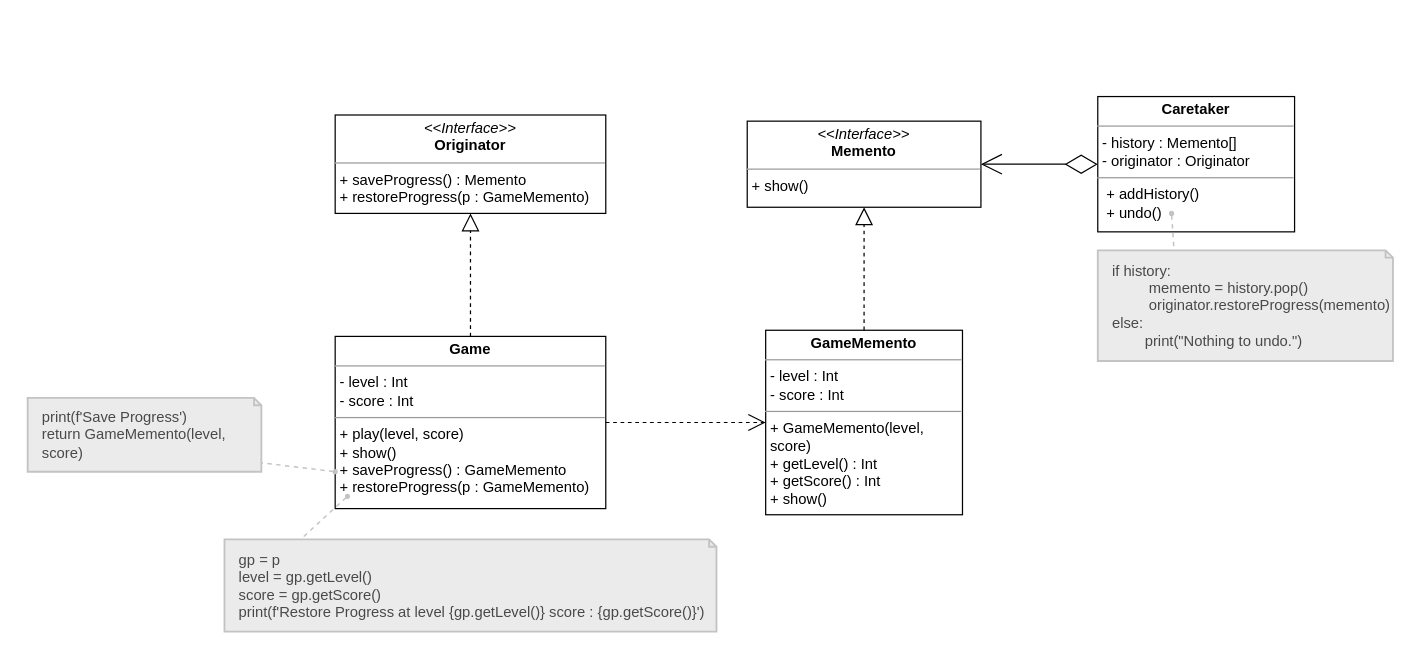
Above: Project/behavioral/Memento/Memento.drawio in pang1217/Pattern-and-Software-Design (draw.io), before the change. Source tidied: cells renumbered, new cells numbered last; positions are measured from the earlier drawing's top-left corner, leaving out a move shared by most shapes. Both pictures are drawn from the tidied source at 123%, with x=0, y=0 at pixel (27, 96).
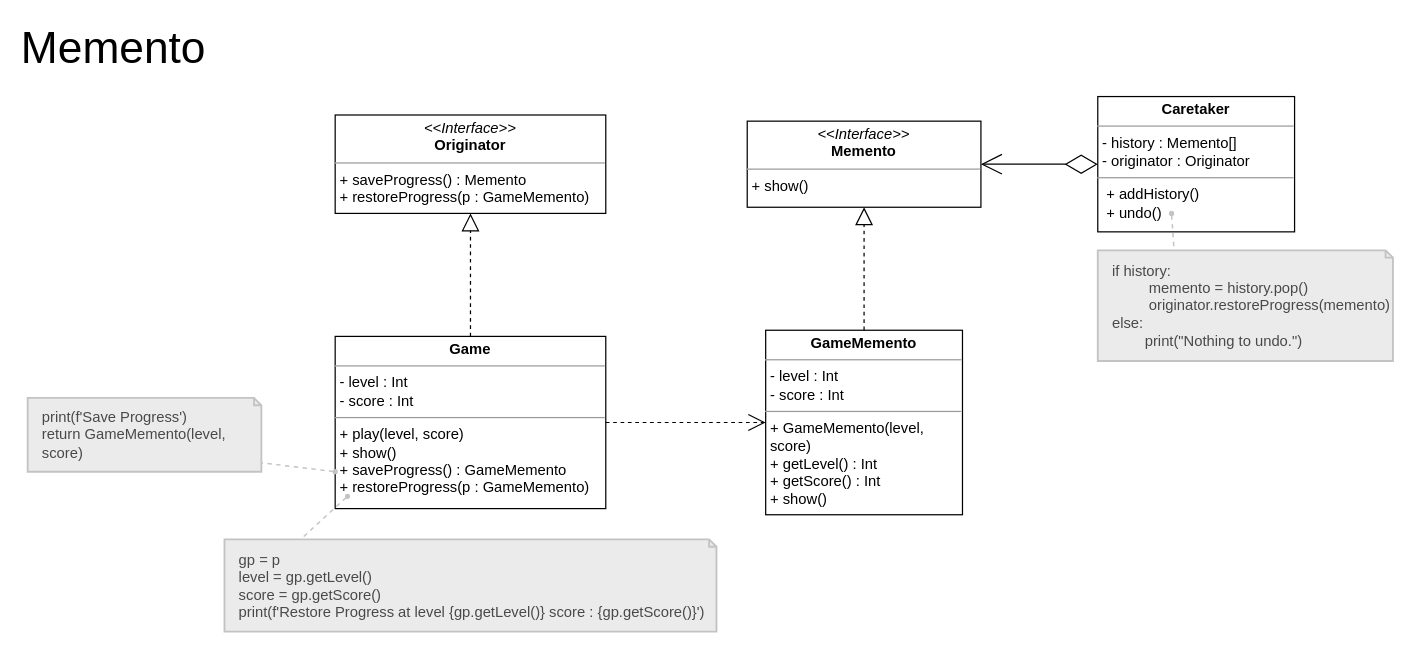
The same page after the edit.

Diff of the diagram source:
```diff
@@
 <mxGraphModel>
   <root>
     <mxCell id="0" />
     <mxCell id="1" parent="0" />
     <mxCell id="2" value="&lt;p style=&quot;margin:0px;margin-top:4px;text-align:center;&quot;&gt;&lt;i&gt;&amp;lt;&amp;lt;Interface&amp;gt;&amp;gt;&lt;/i&gt;&lt;br&gt;&lt;b&gt;Originator&lt;/b&gt;&lt;/p&gt;&lt;hr size=&quot;1&quot;&gt;&lt;p style=&quot;margin:0px;margin-left:4px;&quot;&gt;+ saveProgress() : Memento&lt;/p&gt;&lt;p style=&quot;margin:0px;margin-left:4px;&quot;&gt;+ restoreProgress(p : GameMemento)&amp;nbsp;&lt;br&gt;&lt;/p&gt;" style="verticalAlign=top;align=left;overflow=fill;fontSize=12;fontFamily=Helvetica;html=1;whiteSpace=wrap;" parent="1" vertex="1">
       <mxGeometry x="250" y="15" width="220" height="80" as="geometry" />
     </mxCell>
     <mxCell id="3" value="&lt;p style=&quot;margin:0px;margin-top:4px;text-align:center;&quot;&gt;&lt;b&gt;Game&lt;/b&gt;&lt;/p&gt;&lt;hr size=&quot;1&quot;&gt;&lt;p style=&quot;margin:0px;margin-left:4px;&quot;&gt;- level : Int&lt;/p&gt;&lt;p style=&quot;margin:0px;margin-left:4px;&quot;&gt;- score : Int&lt;/p&gt;&lt;hr size=&quot;1&quot;&gt;&lt;p style=&quot;margin:0px;margin-left:4px;&quot;&gt;+ play(level, score)&lt;/p&gt;&lt;p style=&quot;margin:0px;margin-left:4px;&quot;&gt;+ show()&lt;/p&gt;&lt;p style=&quot;border-color: var(--border-color); margin: 0px 0px 0px 4px;&quot;&gt;+ saveProgress() : GameMemento&lt;/p&gt;&lt;p style=&quot;border-color: var(--border-color); margin: 0px 0px 0px 4px;&quot;&gt;+ restoreProgress(p : GameMemento&lt;span style=&quot;background-color: initial;&quot;&gt;)&amp;nbsp;&lt;/span&gt;&lt;/p&gt;" style="verticalAlign=top;align=left;overflow=fill;fontSize=12;fontFamily=Helvetica;html=1;whiteSpace=wrap;" parent="1" vertex="1">
       <mxGeometry x="250" y="195" width="220" height="140" as="geometry" />
     </mxCell>
     <mxCell id="4" value="&lt;p style=&quot;margin:0px;margin-top:4px;text-align:center;&quot;&gt;&lt;b&gt;GameMemento&lt;/b&gt;&lt;/p&gt;&lt;hr size=&quot;1&quot;&gt;&lt;p style=&quot;border-color: var(--border-color); margin: 0px 0px 0px 4px;&quot;&gt;- level : Int&lt;/p&gt;&lt;p style=&quot;border-color: var(--border-color); margin: 0px 0px 0px 4px;&quot;&gt;- score : Int&lt;/p&gt;&lt;hr size=&quot;1&quot;&gt;&lt;p style=&quot;margin:0px;margin-left:4px;&quot;&gt;+ GameMemento(level, score)&lt;/p&gt;&lt;p style=&quot;margin:0px;margin-left:4px;&quot;&gt;+ getLevel() : Int&lt;/p&gt;&lt;p style=&quot;margin:0px;margin-left:4px;&quot;&gt;+ getScore() : Int&lt;/p&gt;&lt;p style=&quot;margin:0px;margin-left:4px;&quot;&gt;+ show()&lt;/p&gt;" style="verticalAlign=top;align=left;overflow=fill;fontSize=12;fontFamily=Helvetica;html=1;whiteSpace=wrap;" parent="1" vertex="1">
       <mxGeometry x="600" y="190" width="160" height="150" as="geometry" />
     </mxCell>
     <mxCell id="5" value="&lt;p style=&quot;margin:0px;margin-top:4px;text-align:center;&quot;&gt;&lt;i&gt;&amp;lt;&amp;lt;Interface&amp;gt;&amp;gt;&lt;/i&gt;&lt;br&gt;&lt;b&gt;Memento&lt;/b&gt;&lt;/p&gt;&lt;hr size=&quot;1&quot;&gt;&lt;p style=&quot;margin:0px;margin-left:4px;&quot;&gt;+ show()&lt;/p&gt;" style="verticalAlign=top;align=left;overflow=fill;fontSize=12;fontFamily=Helvetica;html=1;whiteSpace=wrap;" parent="1" vertex="1">
       <mxGeometry x="585" y="20" width="190" height="70" as="geometry" />
     </mxCell>
     <mxCell id="6" value="&lt;p style=&quot;margin:0px;margin-top:4px;text-align:center;&quot;&gt;&lt;b&gt;Caretaker&lt;/b&gt;&lt;/p&gt;&lt;hr size=&quot;1&quot;&gt;&lt;p style=&quot;border-color: var(--border-color); margin: 0px 0px 0px 4px;&quot;&gt;- history : Memento[]&lt;/p&gt;&lt;p style=&quot;border-color: var(--border-color); margin: 0px 0px 0px 4px;&quot;&gt;- originator : Originator&lt;/p&gt;&lt;hr size=&quot;1&quot;&gt;&lt;p style=&quot;margin:0px;margin-left:4px;&quot;&gt;&amp;nbsp;+ addHistory()&lt;/p&gt;&lt;p style=&quot;margin:0px;margin-left:4px;&quot;&gt;&amp;nbsp;+ undo()&lt;/p&gt;" style="verticalAlign=top;align=left;overflow=fill;fontSize=12;fontFamily=Helvetica;html=1;whiteSpace=wrap;" parent="1" vertex="1">
       <mxGeometry x="870" width="160" height="110" as="geometry" />
     </mxCell>
     <mxCell id="7" style="endArrow=block;dashed=1;endFill=0;endSize=12;html=1;rounded=0;entryX=0.5;entryY=1;entryDx=0;entryDy=0;exitX=0.5;exitY=0;exitDx=0;exitDy=0;" parent="1" edge="1" source="3" target="2">
       <mxGeometry relative="1" as="geometry" />
     </mxCell>
     <mxCell id="8" style="endArrow=open;endSize=12;dashed=1;html=1;rounded=0;entryX=0;entryY=0.5;entryDx=0;entryDy=0;exitX=1;exitY=0.5;exitDx=0;exitDy=0;" parent="1" edge="1" source="3" target="4">
       <mxGeometry relative="1" as="geometry" />
     </mxCell>
     <mxCell id="9" style="endArrow=block;dashed=1;endFill=0;endSize=12;html=1;rounded=0;entryX=0.5;entryY=1;entryDx=0;entryDy=0;exitX=0.5;exitY=0;exitDx=0;exitDy=0;" parent="1" edge="1" source="4" target="5">
       <mxGeometry relative="1" as="geometry" />
     </mxCell>
     <mxCell id="10" style="endArrow=diamondThin;endFill=0;endSize=24;html=1;rounded=0;entryX=0;entryY=0.5;entryDx=0;entryDy=0;exitX=1;exitY=0.5;exitDx=0;exitDy=0;startArrow=open;startFill=0;startSize=15;" parent="1" edge="1" source="5" target="6">
       <mxGeometry relative="1" as="geometry" />
     </mxCell>
     <mxCell id="11" value="&lt;font color=&quot;#494949&quot; style=&quot;&quot;&gt;&lt;div style=&quot;&quot;&gt;&lt;div&gt;if history:&lt;/div&gt;&lt;div&gt;&amp;nbsp; &amp;nbsp; &amp;nbsp; &amp;nbsp; &amp;nbsp;memento = history.pop()&lt;/div&gt;&lt;div&gt;&amp;nbsp; &amp;nbsp; &amp;nbsp; &amp;nbsp; &amp;nbsp;originator.restoreProgress(memento)&lt;/div&gt;&lt;div&gt;else:&lt;/div&gt;&lt;div&gt;&lt;span style=&quot;white-space: pre;&quot;&gt;&#9;&lt;/span&gt;print(&quot;Nothing to undo.&quot;)&lt;/div&gt;&lt;/div&gt;&lt;/font&gt;" style="shape=note;size=6;align=left;spacingLeft=10;html=1;whiteSpace=wrap;strokeWidth=1.5;strokeColor=#C3C3C3;gradientColor=none;fillColor=#EBEBEB;fontSize=12;" parent="1" vertex="1">
       <mxGeometry x="870" y="125" width="240" height="90" as="geometry" />
     </mxCell>
     <mxCell id="12" style="rounded=0;jettySize=auto;html=1;startArrow=oval;startFill=1;startSize=3;jumpStyle=none;endArrow=none;endFill=0;anchorPointDirection=0;backgroundOutline=0;snapToPoint=1;flowAnimation=0;strokeColor=#C3C3C3;dashed=1;shadow=0;strokeWidth=1.2;entryX=0;entryY=0;entryDx=62;entryDy=0;fontSize=12;entryPerimeter=0;" parent="1" edge="1" target="11">
       <mxGeometry relative="1" as="geometry">
         <mxPoint x="930" y="95" as="sourcePoint" />
       </mxGeometry>
     </mxCell>
     <mxCell id="13" value="&lt;font color=&quot;#494949&quot; style=&quot;&quot;&gt;&lt;div style=&quot;&quot;&gt;&lt;div&gt;gp = p&lt;/div&gt;&lt;div&gt;level = gp.getLevel()&lt;/div&gt;&lt;div&gt;score = gp.getScore()&lt;/div&gt;&lt;div&gt;print(f'Restore Progress at level {gp.getLevel()} score : {gp.getScore()}')&lt;/div&gt;&lt;/div&gt;&lt;/font&gt;" style="shape=note;size=6;align=left;spacingLeft=10;html=1;whiteSpace=wrap;strokeWidth=1.5;strokeColor=#C3C3C3;gradientColor=none;fillColor=#EBEBEB;fontSize=12;" parent="1" vertex="1">
       <mxGeometry x="160" y="360" width="400" height="75" as="geometry" />
     </mxCell>
     <mxCell id="14" style="rounded=0;jettySize=auto;html=1;startArrow=oval;startFill=1;startSize=3;jumpStyle=none;endArrow=none;endFill=0;anchorPointDirection=0;backgroundOutline=0;snapToPoint=1;flowAnimation=0;strokeColor=#C3C3C3;dashed=1;shadow=0;strokeWidth=1.2;entryX=0;entryY=0;entryDx=62;entryDy=0;fontSize=12;entryPerimeter=0;" parent="1" edge="1" target="13">
       <mxGeometry relative="1" as="geometry">
         <mxPoint x="260" y="325" as="sourcePoint" />
       </mxGeometry>
     </mxCell>
     <mxCell id="15" value="&lt;font color=&quot;#494949&quot; style=&quot;&quot;&gt;&lt;div style=&quot;&quot;&gt;&lt;div&gt;print(f'Save Progress')&lt;/div&gt;&lt;div&gt;return GameMemento(level, score)&lt;/div&gt;&lt;/div&gt;&lt;/font&gt;" style="shape=note;size=6;align=left;spacingLeft=10;html=1;whiteSpace=wrap;strokeWidth=1.5;strokeColor=#C3C3C3;gradientColor=none;fillColor=#EBEBEB;fontSize=12;" parent="1" vertex="1">
       <mxGeometry y="245" width="190" height="60" as="geometry" />
     </mxCell>
     <mxCell id="16" style="rounded=0;jettySize=auto;html=1;startArrow=oval;startFill=1;startSize=3;jumpStyle=none;endArrow=none;endFill=0;anchorPointDirection=0;backgroundOutline=0;snapToPoint=1;flowAnimation=0;strokeColor=#C3C3C3;dashed=1;shadow=0;strokeWidth=1.2;entryX=1.002;entryY=0.88;entryDx=0;entryDy=0;fontSize=12;entryPerimeter=0;" parent="1" edge="1" target="15">
       <mxGeometry relative="1" as="geometry">
         <mxPoint x="250" y="305" as="sourcePoint" />
       </mxGeometry>
     </mxCell>
+    <mxCell id="17" value="&lt;font style=&quot;font-size: 36px;&quot;&gt;Memento&lt;/font&gt;" style="text;html=1;align=center;verticalAlign=middle;whiteSpace=wrap;rounded=0;" parent="1" vertex="1">
+      <mxGeometry x="40" y="-55" width="60" height="30" as="geometry" />
+    </mxCell>
   </root>
 </mxGraphModel>
```
